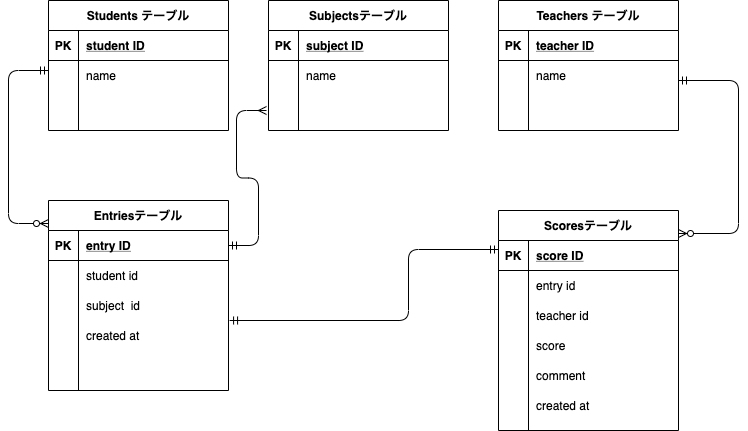
eri237/coachtech-ER keeps this draw.io diagram as index.drawio.png. Above is the earlier version. Source tidied: cells renumbered, new cells last; positions are measured from the earlier drawing's top-left corner, leaving out a move shared by most shapes.
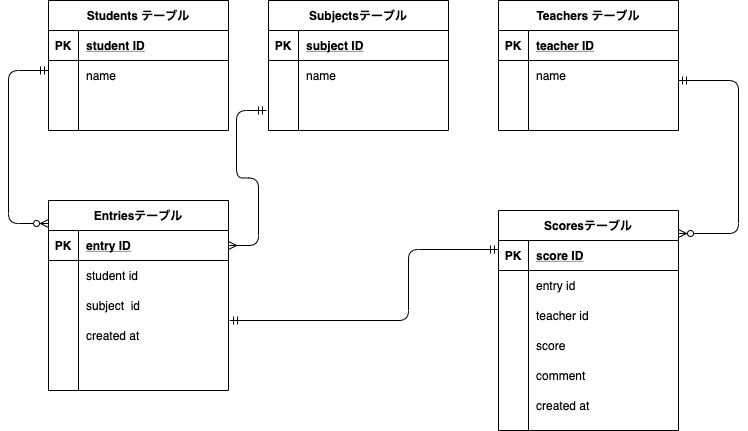
After the change.

The edit, as a diff of the source:
```diff
@@ -207,7 +207,7 @@
     <mxCell id="63" value="name" style="shape=partialRectangle;fillColor=none;top=0;left=0;bottom=0;right=0;align=left;spacingLeft=6;overflow=hidden;" parent="61" vertex="1">
       <mxGeometry x="30" width="150" height="30" as="geometry" />
     </mxCell>
-    <mxCell id="64" style="edgeStyle=entityRelationEdgeStyle;fontSize=12;html=1;endArrow=ERmany;startArrow=ERmandOne;startFill=0;exitX=1;exitY=0.5;exitDx=0;exitDy=0;endFill=0;" parent="1" edge="1" source="3">
+    <mxCell id="64" style="edgeStyle=entityRelationEdgeStyle;fontSize=12;html=1;endArrow=ERmandOne;startArrow=ERmany;startFill=0;exitX=1;exitY=0.5;exitDx=0;exitDy=0;endFill=0;" parent="1" edge="1" source="3">
       <mxGeometry relative="1" as="geometry">
         <mxPoint x="258" y="110" as="targetPoint" />
       </mxGeometry>
```
